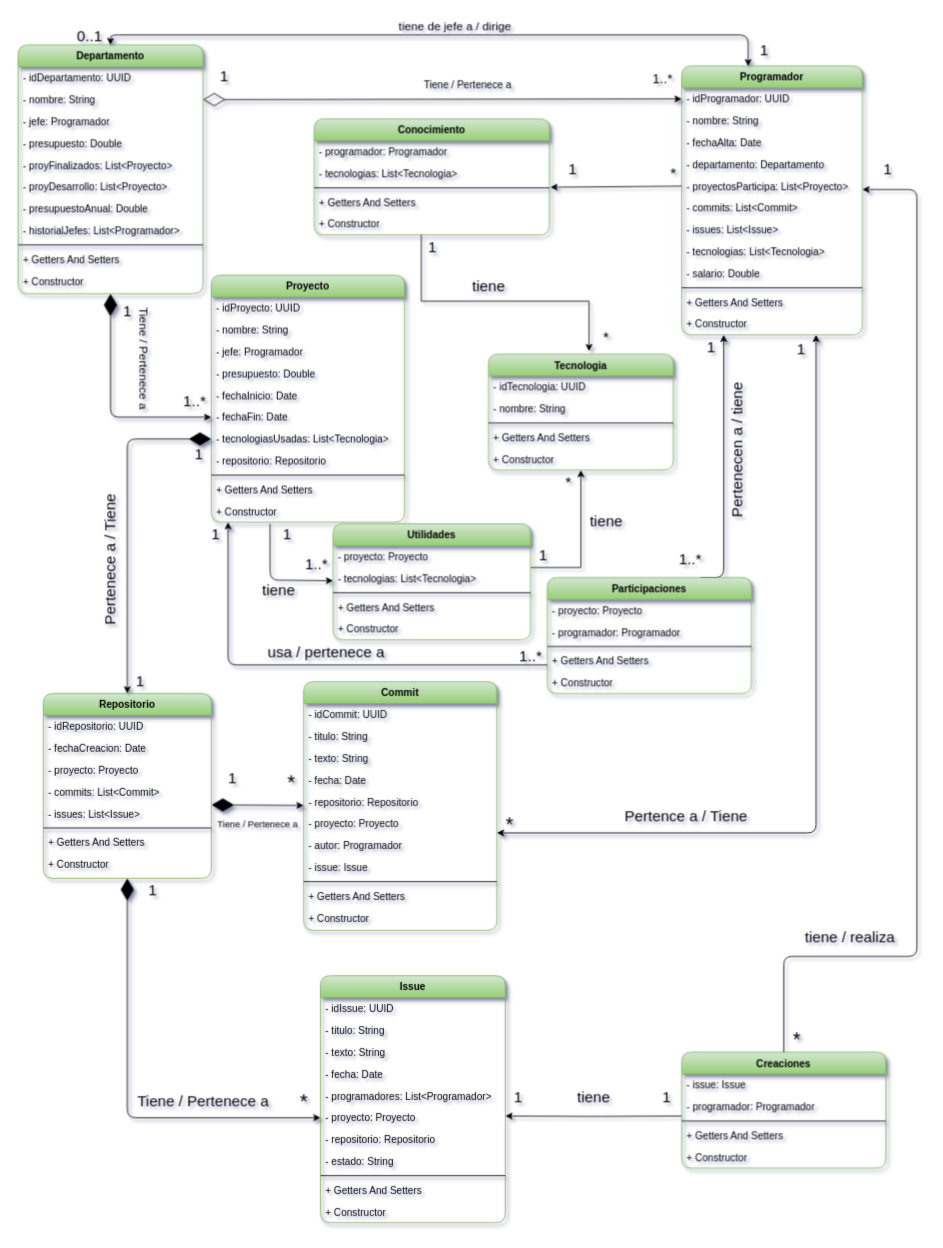
This is diagram/DiagramaClases.drawio from DyLaNHurtado/AD-Practica03-AccessDataSL, a draw.io file, before an edit. Source tidied: cells renumbered, new cells numbered last; positions are measured from the earlier drawing's top-left corner, leaving out a move shared by most shapes. Both pictures are drawn from the tidied source at 84%, with x=0, y=0 at pixel (18, 18).
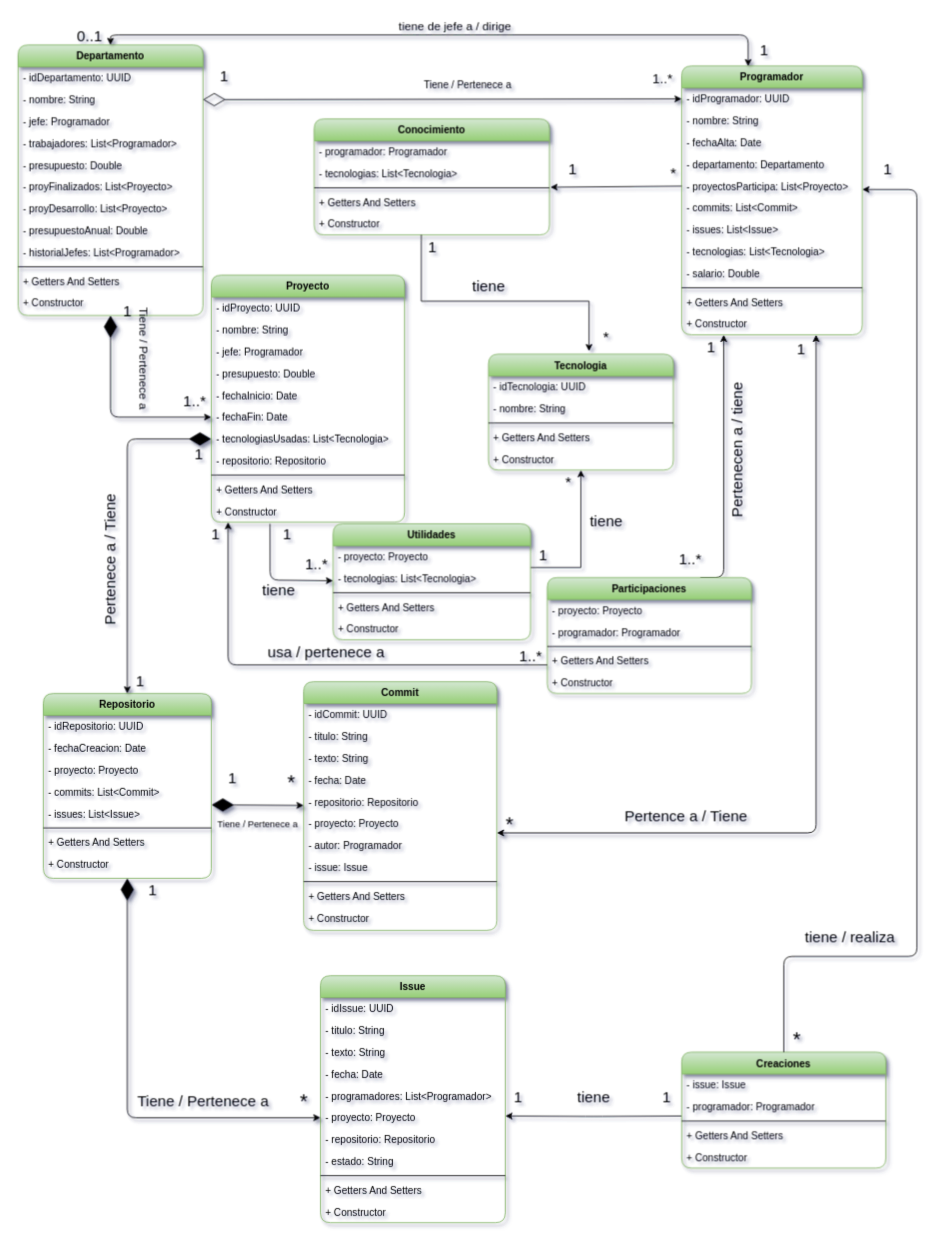
After the change.

What changed in the source:
```diff
@@
     <mxCell id="2" value="Departamento" style="swimlane;fontStyle=1;align=center;verticalAlign=top;horizontal=1;startSize=26;fillColor=#d5e8d4;strokeColor=#82b366;gradientColor=#97d077;rounded=1;shadow=1;" parent="1" vertex="1">
-      <mxGeometry y="32" width="220" height="296" as="geometry" />
+      <mxGeometry y="32" width="220" height="322" as="geometry" />
     </mxCell>
@@
+    <mxCell id="161" value="- trabajadores: List&lt;Programador&gt;" style="text;strokeColor=none;fillColor=none;align=left;verticalAlign=top;spacingLeft=4;spacingRight=4;overflow=hidden;rounded=1;shadow=1;" parent="2" vertex="1">
+      <mxGeometry y="104" width="220" height="26" as="geometry" />
+    </mxCell>
     <mxCell id="6" value="- presupuesto: Double" style="text;strokeColor=none;fillColor=none;align=left;verticalAlign=top;spacingLeft=4;spacingRight=4;overflow=hidden;rounded=1;shadow=1;" parent="2" vertex="1">
-      <mxGeometry y="104" width="220" height="26" as="geometry" />
+      <mxGeometry y="130" width="220" height="26" as="geometry" />
     </mxCell>
     <mxCell id="7" value="- proyFinalizados: List&lt;Proyecto&gt;" style="text;strokeColor=none;fillColor=none;align=left;verticalAlign=top;spacingLeft=4;spacingRight=4;overflow=hidden;rounded=1;shadow=1;" parent="2" vertex="1">
-      <mxGeometry y="130" width="220" height="26" as="geometry" />
+      <mxGeometry y="156" width="220" height="26" as="geometry" />
     </mxCell>
     <mxCell id="8" value="- proyDesarrollo: List&lt;Proyecto&gt;" style="text;strokeColor=none;fillColor=none;align=left;verticalAlign=top;spacingLeft=4;spacingRight=4;overflow=hidden;rounded=1;shadow=1;" parent="2" vertex="1">
-      <mxGeometry y="156" width="220" height="26" as="geometry" />
+      <mxGeometry y="182" width="220" height="26" as="geometry" />
     </mxCell>
     <mxCell id="9" value="- presupuestoAnual: Double" style="text;strokeColor=none;fillColor=none;align=left;verticalAlign=top;spacingLeft=4;spacingRight=4;overflow=hidden;rounded=1;shadow=1;" parent="2" vertex="1">
-      <mxGeometry y="182" width="220" height="26" as="geometry" />
+      <mxGeometry y="208" width="220" height="26" as="geometry" />
     </mxCell>
     <mxCell id="10" value="- historialJefes: List&lt;Programador&gt;" style="text;strokeColor=none;fillColor=none;align=left;verticalAlign=top;spacingLeft=4;spacingRight=4;overflow=hidden;rounded=1;shadow=1;" parent="2" vertex="1">
-      <mxGeometry y="208" width="220" height="26" as="geometry" />
+      <mxGeometry y="234" width="220" height="26" as="geometry" />
     </mxCell>
     <mxCell id="11" style="line;strokeWidth=1;fillColor=none;align=left;verticalAlign=middle;spacingTop=-1;spacingLeft=3;spacingRight=3;labelPosition=right;rounded=1;shadow=1;" parent="2" vertex="1">
-      <mxGeometry y="234" width="220" height="8" as="geometry" />
+      <mxGeometry y="260" width="220" height="8" as="geometry" />
     </mxCell>
     <mxCell id="12" value="+ Getters And Setters" style="text;strokeColor=none;fillColor=none;align=left;verticalAlign=top;spacingLeft=4;spacingRight=4;overflow=hidden;rounded=1;shadow=1;" parent="2" vertex="1">
-      <mxGeometry y="242" width="220" height="26" as="geometry" />
+      <mxGeometry y="268" width="220" height="26" as="geometry" />
     </mxCell>
     <mxCell id="13" value="+ Constructor" style="text;strokeColor=none;fillColor=none;align=left;verticalAlign=top;spacingLeft=4;spacingRight=4;overflow=hidden;rounded=1;shadow=1;" parent="2" vertex="1">
-      <mxGeometry y="268" width="220" height="28" as="geometry" />
+      <mxGeometry y="294" width="220" height="28" as="geometry" />
     </mxCell>
```
